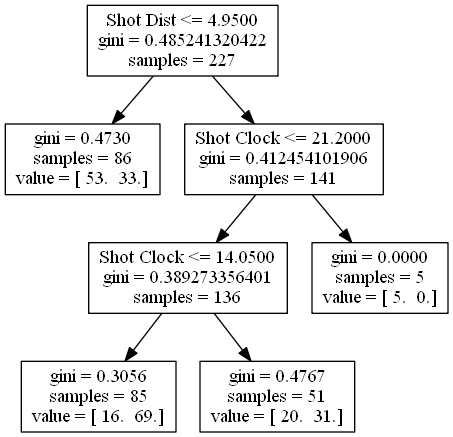
Earlier version of the Graphviz export tony_wroten.png (bveber/Analyze_NBA). Its source is kept beside it as tony_wroten.dot. Its diagram source:
```dot
digraph Tree {
0 [label="Shot Dist <= 4.9500\ngini = 0.485241320422\nsamples = 227", shape="box"] ;
1 [label="gini = 0.4730\nsamples = 86\nvalue = [ 53.  33.]", shape="box"] ;
0 -> 1 ;
2 [label="Shot Clock <= 21.2000\ngini = 0.412454101906\nsamples = 141", shape="box"] ;
0 -> 2 ;
3 [label="Shot Clock <= 14.0500\ngini = 0.389273356401\nsamples = 136", shape="box"] ;
2 -> 3 ;
4 [label="gini = 0.3056\nsamples = 85\nvalue = [ 16.  69.]", shape="box"] ;
3 -> 4 ;
5 [label="gini = 0.4767\nsamples = 51\nvalue = [ 20.  31.]", shape="box"] ;
3 -> 5 ;
6 [label="gini = 0.0000\nsamples = 5\nvalue = [ 5.  0.]", shape="box"] ;
2 -> 6 ;
}
```
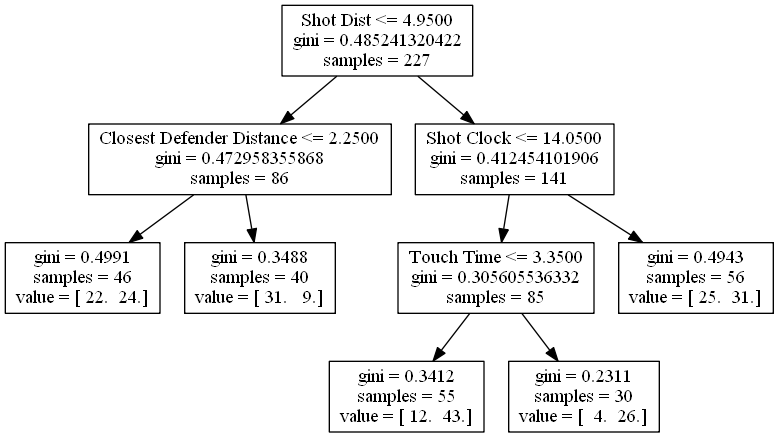
The same diagram one commit later.

What changed in the source:
```diff
@@ -1,15 +1,19 @@
 digraph Tree {
 0 [label="Shot Dist <= 4.9500\ngini = 0.485241320422\nsamples = 227", shape="box"] ;
-1 [label="gini = 0.4730\nsamples = 86\nvalue = [ 53.  33.]", shape="box"] ;
+1 [label="Closest Defender Distance <= 2.2500\ngini = 0.472958355868\nsamples = 86", shape="box"] ;
 0 -> 1 ;
-2 [label="Shot Clock <= 21.2000\ngini = 0.412454101906\nsamples = 141", shape="box"] ;
-0 -> 2 ;
-3 [label="Shot Clock <= 14.0500\ngini = 0.389273356401\nsamples = 136", shape="box"] ;
-2 -> 3 ;
-4 [label="gini = 0.3056\nsamples = 85\nvalue = [ 16.  69.]", shape="box"] ;
-3 -> 4 ;
-5 [label="gini = 0.4767\nsamples = 51\nvalue = [ 20.  31.]", shape="box"] ;
-3 -> 5 ;
-6 [label="gini = 0.0000\nsamples = 5\nvalue = [ 5.  0.]", shape="box"] ;
-2 -> 6 ;
+2 [label="gini = 0.4991\nsamples = 46\nvalue = [ 22.  24.]", shape="box"] ;
+1 -> 2 ;
+3 [label="gini = 0.3488\nsamples = 40\nvalue = [ 31.   9.]", shape="box"] ;
+1 -> 3 ;
+4 [label="Shot Clock <= 14.0500\ngini = 0.412454101906\nsamples = 141", shape="box"] ;
+0 -> 4 ;
+5 [label="Touch Time <= 3.3500\ngini = 0.305605536332\nsamples = 85", shape="box"] ;
+4 -> 5 ;
+6 [label="gini = 0.3412\nsamples = 55\nvalue = [ 12.  43.]", shape="box"] ;
+5 -> 6 ;
+7 [label="gini = 0.2311\nsamples = 30\nvalue = [  4.  26.]", shape="box"] ;
+5 -> 7 ;
+8 [label="gini = 0.4943\nsamples = 56\nvalue = [ 25.  31.]", shape="box"] ;
+4 -> 8 ;
 }
```
